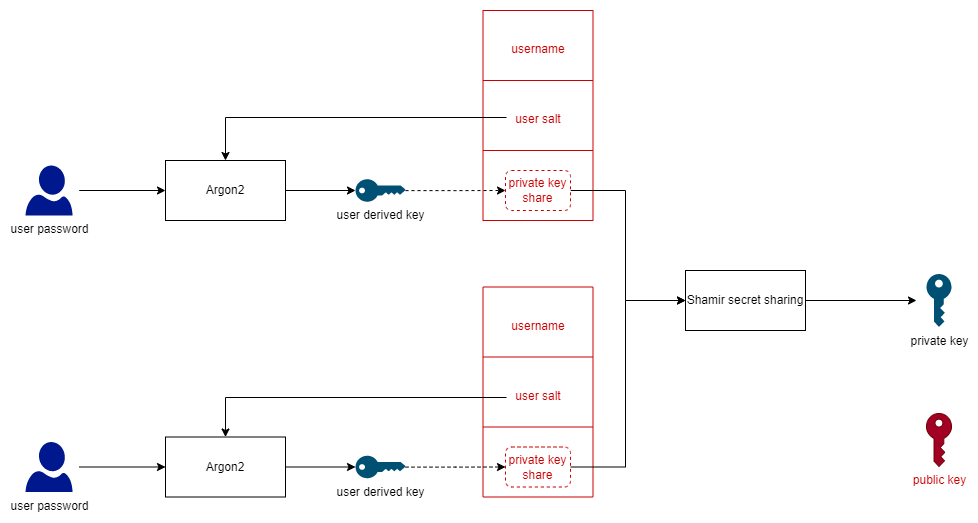
damienmaier/encrypted-vault keeps this draw.io diagram as readme-images/Storage root key shares.drawio.png. Above is the earlier version. Source tidied: cells renumbered, new cells last; positions are measured from the earlier drawing's top-left corner, leaving out a move shared by most shapes.
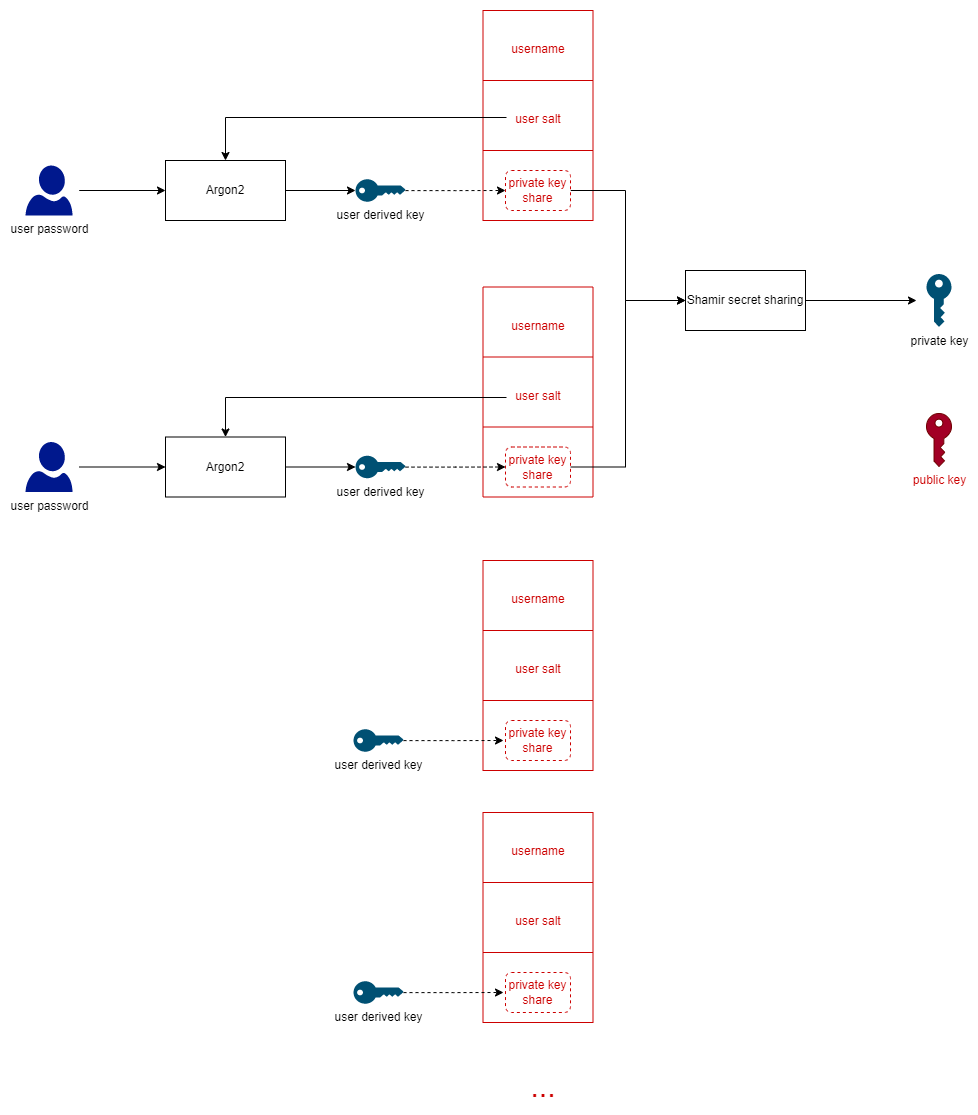
Later version of the same file.

Change to the diagram source:
```diff
@@ -134,5 +134,72 @@
         <mxPoint x="481" y="107" as="sourcePoint" />
       </mxGeometry>
     </mxCell>
+    <mxCell id="38" style="shape=table;startSize=0;fontSize=20;fillColor=none;strokeColor=#CC0000;" parent="1" vertex="1">
+      <mxGeometry x="457.5" y="550" width="110" height="210" as="geometry" />
+    </mxCell>
+    <mxCell id="39" style="shape=tableRow;horizontal=0;startSize=0;swimlaneHead=0;swimlaneBody=0;top=0;left=0;bottom=0;right=0;fillColor=none;strokeColor=#B85450;fontSize=20;fontColor=#CC0000;" parent="38" vertex="1">
+      <mxGeometry width="110" height="70" as="geometry" />
+    </mxCell>
+    <mxCell id="40" value="&lt;font style=&quot;font-size: 12px;&quot;&gt;username&lt;/font&gt;" style="shape=partialRectangle;html=1;whiteSpace=wrap;overflow=hidden;fillColor=none;top=0;left=0;bottom=0;right=0;strokeColor=#B85450;fontSize=20;fontColor=#CC0000;" parent="39" vertex="1">
+      <mxGeometry width="110" height="70" as="geometry" />
+    </mxCell>
+    <mxCell id="41" style="shape=tableRow;horizontal=0;startSize=0;swimlaneHead=0;swimlaneBody=0;top=0;left=0;bottom=0;right=0;fillColor=none;strokeColor=#B85450;fontSize=20;fontColor=#CC0000;" parent="38" vertex="1">
+      <mxGeometry y="70" width="110" height="70" as="geometry" />
+    </mxCell>
+    <mxCell id="42" value="&lt;font style=&quot;font-size: 12px;&quot;&gt;user salt&lt;/font&gt;" style="shape=partialRectangle;html=1;whiteSpace=wrap;overflow=hidden;fillColor=none;top=0;left=0;bottom=0;right=0;strokeColor=#B85450;fontSize=20;fontColor=#CC0000;" parent="41" vertex="1">
+      <mxGeometry width="110" height="70" as="geometry" />
+    </mxCell>
+    <mxCell id="43" style="shape=tableRow;horizontal=0;startSize=0;swimlaneHead=0;swimlaneBody=0;top=0;left=0;bottom=0;right=0;fillColor=none;strokeColor=#B85450;fontSize=20;fontColor=#CC0000;" parent="38" vertex="1">
+      <mxGeometry y="140" width="110" height="70" as="geometry" />
+    </mxCell>
+    <mxCell id="44" style="shape=partialRectangle;html=1;whiteSpace=wrap;overflow=hidden;fillColor=none;top=0;left=0;bottom=0;right=0;strokeColor=#B85450;fontSize=20;fontColor=#CC0000;" parent="43" vertex="1">
+      <mxGeometry width="110" height="70" as="geometry" />
+    </mxCell>
+    <mxCell id="45" value="private key share" style="rounded=1;whiteSpace=wrap;html=1;fontColor=#CC0000;strokeColor=#CC0000;dashed=1;" parent="1" vertex="1">
+      <mxGeometry x="480" y="710" width="65" height="40" as="geometry" />
+    </mxCell>
+    <mxCell id="46" style="edgeStyle=orthogonalEdgeStyle;rounded=0;jettySize=auto;html=1;entryX=0;entryY=0.5;entryDx=0;entryDy=0;entryPerimeter=0;dashed=1;" parent="1" edge="1" source="47">
+      <mxGeometry relative="1" as="geometry">
+        <mxPoint x="478" y="730" as="targetPoint" />
+      </mxGeometry>
+    </mxCell>
+    <mxCell id="47" value="user derived key" style="points=[[0,0.5,0],[0.24,0,0],[0.5,0.28,0],[0.995,0.475,0],[0.5,0.72,0],[0.24,1,0]];verticalLabelPosition=bottom;sketch=0;html=1;verticalAlign=top;align=center;shape=mxgraph.cisco19.key;fillColor=#005073;strokeColor=none;" parent="1" vertex="1">
+      <mxGeometry x="328" y="718.8" width="50" height="22.5" as="geometry" />
+    </mxCell>
+    <mxCell id="48" style="shape=table;startSize=0;fontSize=20;fillColor=none;strokeColor=#CC0000;" parent="1" vertex="1">
+      <mxGeometry x="457.5" y="802" width="110" height="210" as="geometry" />
+    </mxCell>
+    <mxCell id="49" style="shape=tableRow;horizontal=0;startSize=0;swimlaneHead=0;swimlaneBody=0;top=0;left=0;bottom=0;right=0;fillColor=none;strokeColor=#B85450;fontSize=20;fontColor=#CC0000;" parent="48" vertex="1">
+      <mxGeometry width="110" height="70" as="geometry" />
+    </mxCell>
+    <mxCell id="50" value="&lt;font style=&quot;font-size: 12px;&quot;&gt;username&lt;/font&gt;" style="shape=partialRectangle;html=1;whiteSpace=wrap;overflow=hidden;fillColor=none;top=0;left=0;bottom=0;right=0;strokeColor=#B85450;fontSize=20;fontColor=#CC0000;" parent="49" vertex="1">
+      <mxGeometry width="110" height="70" as="geometry" />
+    </mxCell>
+    <mxCell id="51" style="shape=tableRow;horizontal=0;startSize=0;swimlaneHead=0;swimlaneBody=0;top=0;left=0;bottom=0;right=0;fillColor=none;strokeColor=#B85450;fontSize=20;fontColor=#CC0000;" parent="48" vertex="1">
+      <mxGeometry y="70" width="110" height="70" as="geometry" />
+    </mxCell>
+    <mxCell id="52" value="&lt;font style=&quot;font-size: 12px;&quot;&gt;user salt&lt;/font&gt;" style="shape=partialRectangle;html=1;whiteSpace=wrap;overflow=hidden;fillColor=none;top=0;left=0;bottom=0;right=0;strokeColor=#B85450;fontSize=20;fontColor=#CC0000;" parent="51" vertex="1">
+      <mxGeometry width="110" height="70" as="geometry" />
+    </mxCell>
+    <mxCell id="53" style="shape=tableRow;horizontal=0;startSize=0;swimlaneHead=0;swimlaneBody=0;top=0;left=0;bottom=0;right=0;fillColor=none;strokeColor=#B85450;fontSize=20;fontColor=#CC0000;" parent="48" vertex="1">
+      <mxGeometry y="140" width="110" height="70" as="geometry" />
+    </mxCell>
+    <mxCell id="54" style="shape=partialRectangle;html=1;whiteSpace=wrap;overflow=hidden;fillColor=none;top=0;left=0;bottom=0;right=0;strokeColor=#B85450;fontSize=20;fontColor=#CC0000;" parent="53" vertex="1">
+      <mxGeometry width="110" height="70" as="geometry" />
+    </mxCell>
+    <mxCell id="55" value="private key share" style="rounded=1;whiteSpace=wrap;html=1;fontColor=#CC0000;strokeColor=#CC0000;dashed=1;" parent="1" vertex="1">
+      <mxGeometry x="480" y="962" width="65" height="40" as="geometry" />
+    </mxCell>
+    <mxCell id="56" style="edgeStyle=orthogonalEdgeStyle;rounded=0;jettySize=auto;html=1;entryX=0;entryY=0.5;entryDx=0;entryDy=0;entryPerimeter=0;dashed=1;" parent="1" edge="1" source="57">
+      <mxGeometry relative="1" as="geometry">
+        <mxPoint x="478" y="982" as="targetPoint" />
+      </mxGeometry>
+    </mxCell>
+    <mxCell id="57" value="user derived key" style="points=[[0,0.5,0],[0.24,0,0],[0.5,0.28,0],[0.995,0.475,0],[0.5,0.72,0],[0.24,1,0]];verticalLabelPosition=bottom;sketch=0;html=1;verticalAlign=top;align=center;shape=mxgraph.cisco19.key;fillColor=#005073;strokeColor=none;" parent="1" vertex="1">
+      <mxGeometry x="328" y="970.8" width="50" height="22.5" as="geometry" />
+    </mxCell>
+    <mxCell id="58" value="&lt;font color=&quot;#cc0000&quot; style=&quot;font-size: 30px;&quot;&gt;...&lt;/font&gt;" style="text;html=1;strokeColor=none;fillColor=none;align=center;verticalAlign=middle;whiteSpace=wrap;rounded=0;fontSize=12;" parent="1" vertex="1">
+      <mxGeometry x="488" y="1061" width="60" height="30" as="geometry" />
+    </mxCell>
   </root>
 </mxGraphModel>
```
